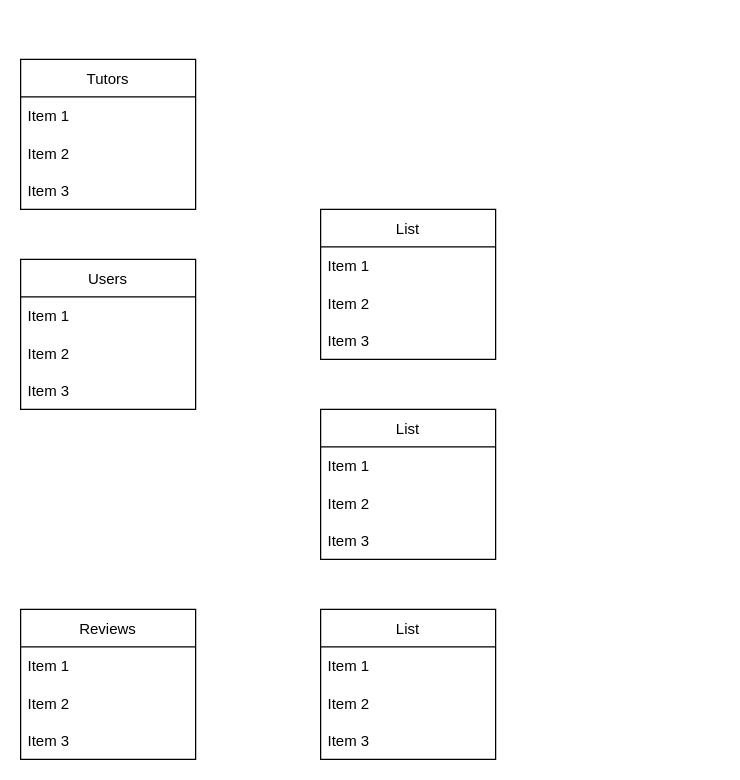
The draw.io diagram HotelKalafiornia/Models/JobPLUSDB.drawio in Fractaliter/KalafiorniaDynamo, before the edit. Source tidied: cells renumbered, new cells numbered last; positions are measured from the earlier drawing's top-left corner, leaving out a move shared by most shapes. Both pictures are drawn from the tidied source at 125%, with x=0, y=0 at pixel (20, 59).
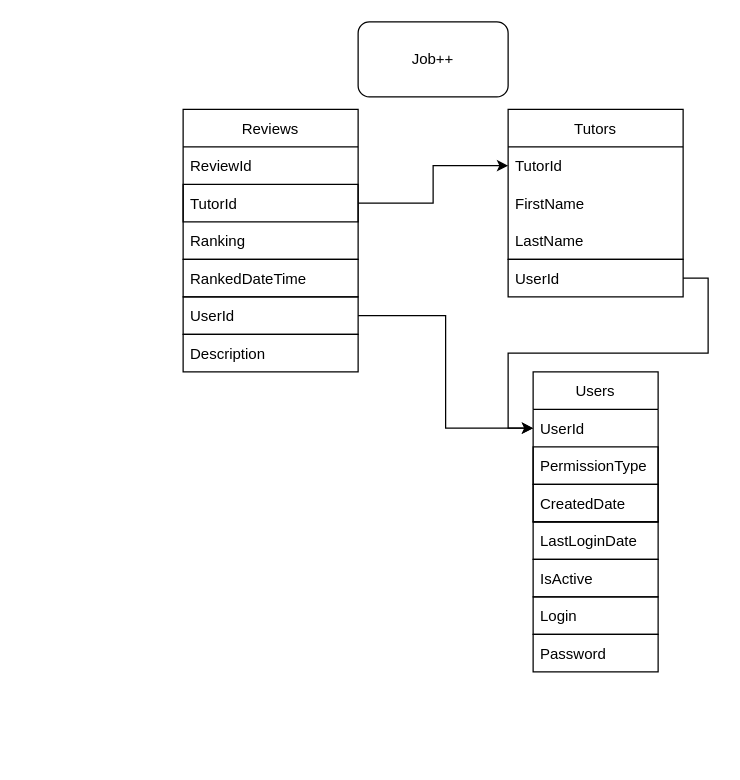
The same diagram, later.

Diff of the diagram source:
```diff
@@
     <mxCell id="2" value="Tutors" style="swimlane;fontStyle=0;horizontal=1;startSize=30;" parent="1" vertex="1">
-      <mxGeometry width="140" height="120" as="geometry" />
+      <mxGeometry x="390" y="40" width="140" height="120" as="geometry" />
     </mxCell>
-    <mxCell id="3" value="Item 1" style="text;strokeColor=none;fillColor=none;align=left;verticalAlign=middle;spacingLeft=4;spacingRight=4;overflow=hidden;points=[[0,0.5],[1,0.5]];portConstraint=eastwest;" parent="2" vertex="1">
+    <mxCell id="3" value="TutorId" style="text;strokeColor=none;fillColor=none;align=left;verticalAlign=middle;spacingLeft=4;spacingRight=4;overflow=hidden;points=[[0,0.5],[1,0.5]];portConstraint=eastwest;" parent="2" vertex="1">
       <mxGeometry y="30" width="140" height="30" as="geometry" />
     </mxCell>
-    <mxCell id="4" value="Item 2" style="text;strokeColor=none;fillColor=none;align=left;verticalAlign=middle;spacingLeft=4;spacingRight=4;overflow=hidden;" parent="2" vertex="1">
+    <mxCell id="4" value="FirstName" style="text;strokeColor=none;fillColor=none;align=left;verticalAlign=middle;spacingLeft=4;spacingRight=4;overflow=hidden;" parent="2" vertex="1">
       <mxGeometry y="60" width="140" height="30" as="geometry" />
     </mxCell>
-    <mxCell id="5" value="Item 3" style="text;strokeColor=none;fillColor=none;align=left;verticalAlign=middle;spacingLeft=4;spacingRight=4;overflow=hidden;" parent="2" vertex="1">
+    <mxCell id="5" value="LastName" style="text;strokeColor=none;fillColor=none;align=left;verticalAlign=middle;spacingLeft=4;spacingRight=4;overflow=hidden;" parent="2" vertex="1">
       <mxGeometry y="90" width="140" height="30" as="geometry" />
     </mxCell>
-    <mxCell id="6" value="Users" style="swimlane;fontStyle=0;horizontal=1;startSize=30;" parent="1" vertex="1">
-      <mxGeometry y="160" width="140" height="120" as="geometry" />
+    <mxCell id="6" value="Users" style="swimlane;fontStyle=0;horizontal=1;startSize=30;swimlaneLine=1;" parent="1" vertex="1">
+      <mxGeometry x="410" y="250" width="100" height="120" as="geometry" />
     </mxCell>
-    <mxCell id="7" value="Item 1" style="text;strokeColor=none;fillColor=none;align=left;verticalAlign=middle;spacingLeft=4;spacingRight=4;overflow=hidden;points=[[0,0.5],[1,0.5]];portConstraint=eastwest;" parent="6" vertex="1">
-      <mxGeometry y="30" width="140" height="30" as="geometry" />
+    <mxCell id="7" value="UserId" style="text;strokeColor=none;fillColor=none;align=left;verticalAlign=middle;spacingLeft=4;spacingRight=4;overflow=hidden;points=[[0,0.5],[1,0.5]];portConstraint=eastwest;" parent="6" vertex="1">
+      <mxGeometry y="30" width="100" height="30" as="geometry" />
     </mxCell>
-    <mxCell id="8" value="Item 2" style="text;strokeColor=none;fillColor=none;align=left;verticalAlign=middle;spacingLeft=4;spacingRight=4;overflow=hidden;" parent="6" vertex="1">
-      <mxGeometry y="60" width="140" height="30" as="geometry" />
+    <mxCell id="8" value="PermissionType" style="text;strokeColor=default;fillColor=none;align=left;verticalAlign=middle;spacingLeft=4;spacingRight=4;overflow=hidden;" parent="6" vertex="1">
+      <mxGeometry y="60" width="100" height="30" as="geometry" />
     </mxCell>
-    <mxCell id="9" value="Item 3" style="text;strokeColor=none;fillColor=none;align=left;verticalAlign=middle;spacingLeft=4;spacingRight=4;overflow=hidden;" parent="6" vertex="1">
-      <mxGeometry y="90" width="140" height="30" as="geometry" />
+    <mxCell id="9" value="CreatedDate" style="text;strokeColor=default;fillColor=none;align=left;verticalAlign=middle;spacingLeft=4;spacingRight=4;overflow=hidden;" parent="6" vertex="1">
+      <mxGeometry y="90" width="100" height="30" as="geometry" />
     </mxCell>
     <mxCell id="10" value="Reviews" style="swimlane;fontStyle=0;horizontal=1;startSize=30;" parent="1" vertex="1">
-      <mxGeometry y="440" width="140" height="120" as="geometry" />
+      <mxGeometry x="130" y="40" width="140" height="120" as="geometry" />
     </mxCell>
-    <mxCell id="11" value="Item 1" style="text;strokeColor=none;fillColor=none;align=left;verticalAlign=middle;spacingLeft=4;spacingRight=4;overflow=hidden;" parent="10" vertex="1">
+    <mxCell id="11" value="ReviewId" style="text;strokeColor=none;fillColor=none;align=left;verticalAlign=middle;spacingLeft=4;spacingRight=4;overflow=hidden;" parent="10" vertex="1">
       <mxGeometry y="30" width="140" height="30" as="geometry" />
     </mxCell>
-    <mxCell id="12" value="Item 2" style="text;strokeColor=none;fillColor=none;align=left;verticalAlign=middle;spacingLeft=4;spacingRight=4;overflow=hidden;points=[[0,0.5],[1,0.5]];portConstraint=eastwest;" parent="10" vertex="1">
+    <mxCell id="12" value="TutorId" style="text;strokeColor=default;fillColor=none;align=left;verticalAlign=middle;spacingLeft=4;spacingRight=4;overflow=hidden;points=[[0,0.5],[1,0.5]];portConstraint=eastwest;" parent="10" vertex="1">
       <mxGeometry y="60" width="140" height="30" as="geometry" />
     </mxCell>
-    <mxCell id="13" value="Item 3" style="text;strokeColor=none;fillColor=none;align=left;verticalAlign=middle;spacingLeft=4;spacingRight=4;overflow=hidden;" parent="10" vertex="1">
+    <mxCell id="13" value="Ranking" style="text;strokeColor=none;fillColor=none;align=left;verticalAlign=middle;spacingLeft=4;spacingRight=4;overflow=hidden;" parent="10" vertex="1">
       <mxGeometry y="90" width="140" height="30" as="geometry" />
     </mxCell>
-    <mxCell id="14" value="List" style="swimlane;fontStyle=0;horizontal=1;startSize=30;" parent="1" vertex="1">
-      <mxGeometry x="240" y="120" width="140" height="120" as="geometry" />
-    </mxCell>
-    <mxCell id="15" value="Item 1" style="text;strokeColor=none;fillColor=none;align=left;verticalAlign=middle;spacingLeft=4;spacingRight=4;overflow=hidden;" parent="14" vertex="1">
-      <mxGeometry y="30" width="140" height="30" as="geometry" />
-    </mxCell>
-    <mxCell id="16" value="Item 2" style="text;strokeColor=none;fillColor=none;align=left;verticalAlign=middle;spacingLeft=4;spacingRight=4;overflow=hidden;" parent="14" vertex="1">
-      <mxGeometry y="60" width="140" height="30" as="geometry" />
-    </mxCell>
-    <mxCell id="17" value="Item 3" style="text;strokeColor=none;fillColor=none;align=left;verticalAlign=middle;spacingLeft=4;spacingRight=4;overflow=hidden;" parent="14" vertex="1">
-      <mxGeometry y="90" width="140" height="30" as="geometry" />
-    </mxCell>
-    <mxCell id="18" value="List" style="swimlane;fontStyle=0;horizontal=1;startSize=30;" parent="1" vertex="1">
-      <mxGeometry x="240" y="280" width="140" height="120" as="geometry" />
-    </mxCell>
-    <mxCell id="19" value="Item 1" style="text;strokeColor=none;fillColor=none;align=left;verticalAlign=middle;spacingLeft=4;spacingRight=4;overflow=hidden;" parent="18" vertex="1">
-      <mxGeometry y="30" width="140" height="30" as="geometry" />
-    </mxCell>
-    <mxCell id="20" value="Item 2" style="text;strokeColor=none;fillColor=none;align=left;verticalAlign=middle;spacingLeft=4;spacingRight=4;overflow=hidden;" parent="18" vertex="1">
-      <mxGeometry y="60" width="140" height="30" as="geometry" />
-    </mxCell>
-    <mxCell id="21" value="Item 3" style="text;strokeColor=none;fillColor=none;align=left;verticalAlign=middle;spacingLeft=4;spacingRight=4;overflow=hidden;" parent="18" vertex="1">
-      <mxGeometry y="90" width="140" height="30" as="geometry" />
-    </mxCell>
-    <mxCell id="22" value="List" style="swimlane;fontStyle=0;horizontal=1;startSize=30;" parent="1" vertex="1">
-      <mxGeometry x="240" y="440" width="140" height="120" as="geometry" />
-    </mxCell>
-    <mxCell id="23" value="Item 1" style="text;strokeColor=none;fillColor=none;align=left;verticalAlign=middle;spacingLeft=4;spacingRight=4;overflow=hidden;" parent="22" vertex="1">
-      <mxGeometry y="30" width="140" height="30" as="geometry" />
-    </mxCell>
-    <mxCell id="24" value="Item 2" style="text;strokeColor=none;fillColor=none;align=left;verticalAlign=middle;spacingLeft=4;spacingRight=4;overflow=hidden;" parent="22" vertex="1">
-      <mxGeometry y="60" width="140" height="30" as="geometry" />
-    </mxCell>
-    <mxCell id="25" value="Item 3" style="text;strokeColor=none;fillColor=none;align=left;verticalAlign=middle;spacingLeft=4;spacingRight=4;overflow=hidden;" parent="22" vertex="1">
-      <mxGeometry y="90" width="140" height="30" as="geometry" />
-    </mxCell>
+    <mxCell id="26" value="LastLoginDate" style="text;strokeColor=default;fillColor=none;align=left;verticalAlign=middle;spacingLeft=4;spacingRight=4;overflow=hidden;rounded=0;" parent="1" vertex="1">
+      <mxGeometry x="410" y="370" width="100" height="30" as="geometry" />
+    </mxCell>
+    <mxCell id="27" value="IsActive" style="text;strokeColor=default;fillColor=none;align=left;verticalAlign=middle;spacingLeft=4;spacingRight=4;overflow=hidden;" parent="1" vertex="1">
+      <mxGeometry x="410" y="400" width="100" height="30" as="geometry" />
+    </mxCell>
+    <mxCell id="28" style="edgeStyle=orthogonalEdgeStyle;rounded=0;jettySize=auto;html=1;exitX=1;exitY=0.5;exitDx=0;exitDy=0;entryX=0;entryY=0.5;entryDx=0;entryDy=0;" parent="1" edge="1" source="29" target="7">
+      <mxGeometry relative="1" as="geometry" />
+    </mxCell>
+    <mxCell id="29" value="UserId" style="text;strokeColor=default;fillColor=none;align=left;verticalAlign=middle;spacingLeft=4;spacingRight=4;overflow=hidden;points=[[0,0.5],[1,0.5]];portConstraint=eastwest;" parent="1" vertex="1">
+      <mxGeometry x="390" y="160" width="140" height="30" as="geometry" />
+    </mxCell>
+    <mxCell id="30" style="edgeStyle=orthogonalEdgeStyle;rounded=0;jettySize=auto;html=1;exitX=1;exitY=0.5;exitDx=0;exitDy=0;entryX=0;entryY=0.5;entryDx=0;entryDy=0;" parent="1" edge="1" source="12" target="3">
+      <mxGeometry relative="1" as="geometry" />
+    </mxCell>
+    <mxCell id="31" value="RankedDateTime" style="text;strokeColor=default;fillColor=none;align=left;verticalAlign=middle;spacingLeft=4;spacingRight=4;overflow=hidden;" parent="1" vertex="1">
+      <mxGeometry x="130" y="160" width="140" height="30" as="geometry" />
+    </mxCell>
+    <mxCell id="32" value="Description" style="text;strokeColor=default;fillColor=none;align=left;verticalAlign=middle;spacingLeft=4;spacingRight=4;overflow=hidden;" parent="1" vertex="1">
+      <mxGeometry x="130" y="220" width="140" height="30" as="geometry" />
+    </mxCell>
+    <mxCell id="33" style="edgeStyle=orthogonalEdgeStyle;rounded=0;jettySize=auto;html=1;exitX=1;exitY=0.5;exitDx=0;exitDy=0;entryX=0;entryY=0.5;entryDx=0;entryDy=0;" parent="1" edge="1" source="34" target="7">
+      <mxGeometry relative="1" as="geometry" />
+    </mxCell>
+    <mxCell id="34" value="UserId" style="text;strokeColor=default;fillColor=none;align=left;verticalAlign=middle;spacingLeft=4;spacingRight=4;overflow=hidden;points=[[0,0.5],[1,0.5]];portConstraint=eastwest;" parent="1" vertex="1">
+      <mxGeometry x="130" y="190" width="140" height="30" as="geometry" />
+    </mxCell>
+    <mxCell id="35" value="Login" style="text;strokeColor=default;fillColor=none;align=left;verticalAlign=middle;spacingLeft=4;spacingRight=4;overflow=hidden;" parent="1" vertex="1">
+      <mxGeometry x="410" y="430" width="100" height="30" as="geometry" />
+    </mxCell>
+    <mxCell id="36" value="Password" style="text;strokeColor=default;fillColor=none;align=left;verticalAlign=middle;spacingLeft=4;spacingRight=4;overflow=hidden;" parent="1" vertex="1">
+      <mxGeometry x="410" y="460" width="100" height="30" as="geometry" />
+    </mxCell>
+    <mxCell id="37" value="Job++" style="rounded=1;whiteSpace=wrap;html=1;strokeColor=default;" parent="1" vertex="1">
+      <mxGeometry x="270" y="-30" width="120" height="60" as="geometry" />
+    </mxCell>
```
